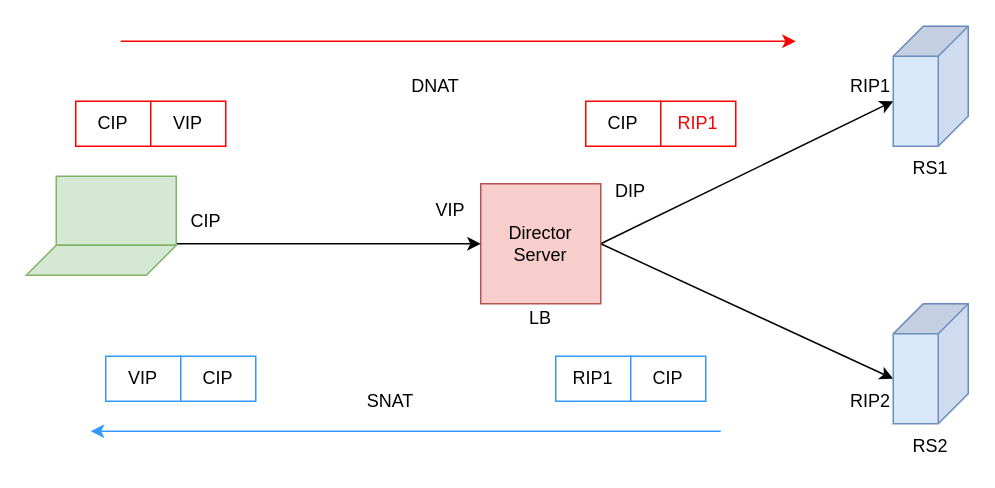
Earlier version of the draw.io diagram lvs-nat.drawio (ctimbai/draw.io). Source tidied: cells renumbered, new cells numbered last; positions are measured from the earlier drawing's top-left corner, leaving out a move shared by most shapes. Both pictures are drawn from the tidied source at 150%, with x=0, y=0 at pixel (26, 40).
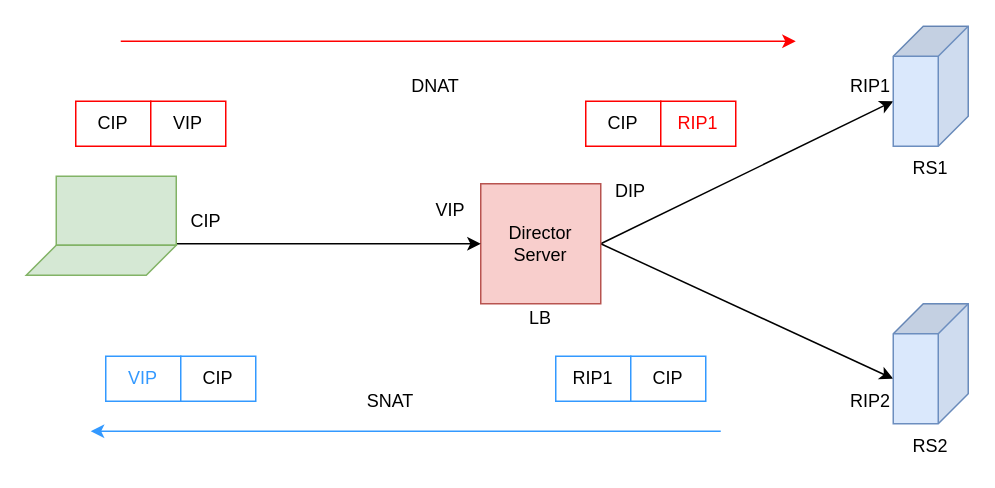
Above is the later version.

Change to the diagram source:
```diff
@@
-    <mxCell id="26" value="VIP" style="rounded=0;whiteSpace=wrap;html=1;strokeColor=#3399FF;" parent="1" vertex="1">
+    <mxCell id="26" value="&lt;font color=&quot;#3399ff&quot;&gt;VIP&lt;/font&gt;" style="rounded=0;whiteSpace=wrap;html=1;strokeColor=#3399FF;" parent="1" vertex="1">
       <mxGeometry x="53" y="210" width="50" height="30" as="geometry" />
     </mxCell>
```
